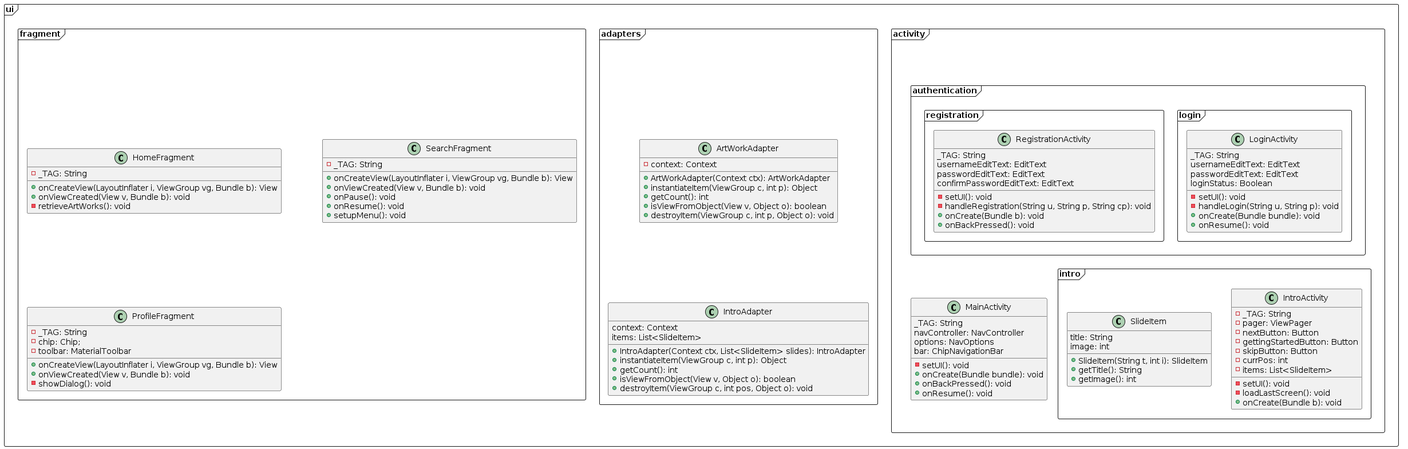
This is documentation/doc/content/img/ui.png from luftmensch-luftmensch/InfoPoint, a PlantUML export, as it was before one commit. Source of this version:
```plantuml
@startuml ui
skinparam defaultTextAlignment center
frame ui {
  frame activity {
	   class MainActivity extends AppCompatActivity {
		  _TAG: String
		  navController: NavController
		  options: NavOptions
		  bar: ChipNavigationBar
		  - setUI(): void
		  + onCreate(Bundle bundle): void
		  + onBackPressed(): void
		  + onResume(): void
	   }

	   frame authentication {
		   frame login {
		       class LoginActivity extends AppCompatActivity {
			      _TAG: String
			      usernameEditText: EditText
			      passwordEditText: EditText
			      loginStatus: Boolean

			      - setUI(): void
			      - handleLogin(String u, String p): void
			      + onCreate(Bundle bundle): void
			      + onResume(): void
		       }
		   }

		   frame registration {
		       class RegistrationActivity extends AppCompatActivity {
			      _TAG: String
			      usernameEditText: EditText
			      passwordEditText: EditText
			      confirmPasswordEditText: EditText

			      - setUI(): void
			      - handleRegistration(String u, String p, String cp): void
			      + onCreate(Bundle b): void
			      + onBackPressed(): void
		       }
		   }
	   }

	   frame intro {
		   class SlideItem {
			  title: String
			  image: int

			  + SlideItem(String t, int i): SlideItem
			  + getTitle(): String
			  + getImage(): int

		   }

		   class IntroActivity extends AppCompatActivity {
			  - _TAG: String
			  - pager: ViewPager
			  - nextButton: Button
			  - gettingStartedButton: Button
			  - skipButton: Button
			  - currPos: int
			  - items: List<SlideItem>

			  - setUI(): void
			  - loadLastScreen(): void
			  + onCreate(Bundle b): void
		   }
	   }

	   RegistrationActivity -d[hidden]-> MainActivity
	   MainActivity -u[hidden]-> RegistrationActivity

	   MainActivity -r[hidden]-> IntroActivity
	   IntroActivity -l[hidden]-> MainActivity
  }

  frame adapters {
	   class IntroAdapter extends PagerAdapter {
		  context: Context
		  items: List<SlideItem>
		  + IntroAdapter(Context ctx, List<SlideItem> slides): IntroAdapter
		  + instantiateItem(ViewGroup c, int p): Object
		  + getCount(): int
		  + isViewFromObject(View v, Object o): boolean
		  + destroyItem(ViewGroup c, int pos, Object o): void
	   }

	   class ArtWorkAdapter extends PagerAdapter {
		  - context: Context
		  + ArtWorkAdapter(Context ctx): ArtWorkAdapter
		  + instantiateItem(ViewGroup c, int p): Object
		  + getCount(): int
		  + isViewFromObject(View v, Object o): boolean
		  + destroyItem(ViewGroup c, int p, Object o): void
	   }

	   ArtWorkAdapter -d[hidden]-> IntroAdapter
	   IntroAdapter -u[hidden]-> ArtWorkAdapter
  }

  frame fragment {
	   class HomeFragment extends Fragment {
		  - _TAG: String
		  + onCreateView(LayoutInflater i, ViewGroup vg, Bundle b): View
		  + onViewCreated(View v, Bundle b): void
		  - retrieveArtWorks(): void
	   }

	   class ProfileFragment extends Fragment {
		  - _TAG: String
		  - chip: Chip;
		  - toolbar: MaterialToolbar

		  + onCreateView(LayoutInflater i, ViewGroup vg, Bundle b): View
		  + onViewCreated(View v, Bundle b): void
		  - showDialog(): void
	   }

	   class SearchFragment extends Fragment {
		  - _TAG: String
		  + onCreateView(LayoutInflater i, ViewGroup vg, Bundle b): View
		  + onViewCreated(View v, Bundle b): void
		  + onPause(): void
		  + onResume(): void
		  + setupMenu(): void
	   }

	   HomeFragment -d[hidden]-> ProfileFragment
	   ProfileFragment -u[hidden]-> HomeFragment
  }
}

hide AppCompatActivity
hide PagerAdapter
hide Fragment
@enduml
```
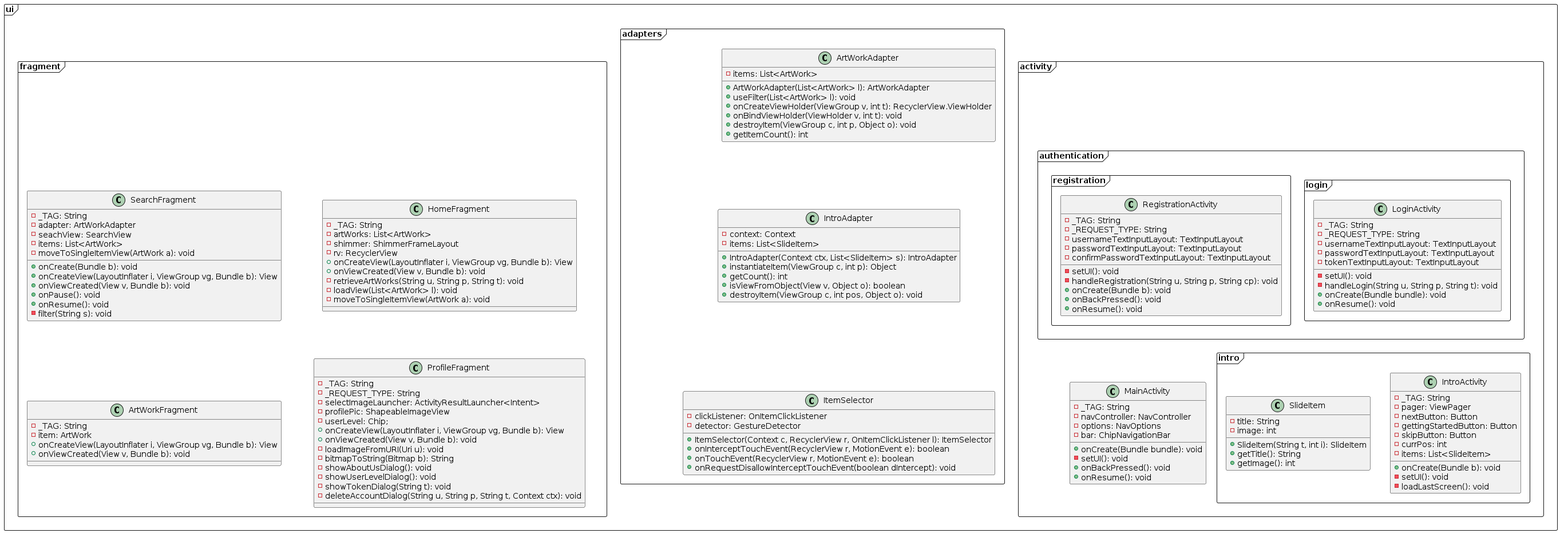
The same diagram one commit later.

Change to the diagram source:
```diff
@@ -3,69 +3,70 @@
 frame ui {
   frame activity {
 	   class MainActivity extends AppCompatActivity {
-		  _TAG: String
-		  navController: NavController
-		  options: NavOptions
-		  bar: ChipNavigationBar
-		  - setUI(): void
-		  + onCreate(Bundle bundle): void
-		  + onBackPressed(): void
-		  + onResume(): void
+		  - {field} _TAG: String
+		  - {field} navController: NavController
+		  - {field} options: NavOptions
+		  - {field} bar: ChipNavigationBar
+		  + {method} onCreate(Bundle bundle): void
+		  - {method} setUI(): void
+		  + {method} onBackPressed(): void
+		  + {method} onResume(): void
 	   }
 
 	   frame authentication {
 		   frame login {
 		       class LoginActivity extends AppCompatActivity {
-			      _TAG: String
-			      usernameEditText: EditText
-			      passwordEditText: EditText
-			      loginStatus: Boolean
-
-			      - setUI(): void
-			      - handleLogin(String u, String p): void
-			      + onCreate(Bundle bundle): void
-			      + onResume(): void
+			      - {field} _TAG: String
+			      - {field} _REQUEST_TYPE: String
+			      - {field} usernameTextInputLayout: TextInputLayout
+			      - {field} passwordTextInputLayout: TextInputLayout
+			      - {field} tokenTextInputLayout: TextInputLayout
+			      - {method} setUI(): void
+			      - {method} handleLogin(String u, String p, String t): void
+			      + {method} onCreate(Bundle bundle): void
+			      + {method} onResume(): void
 		       }
 		   }
 
 		   frame registration {
 		       class RegistrationActivity extends AppCompatActivity {
-			      _TAG: String
-			      usernameEditText: EditText
-			      passwordEditText: EditText
-			      confirmPasswordEditText: EditText
+			      - {field} _TAG: String
+			      - {field} _REQUEST_TYPE: String
+			      - {field} usernameTextInputLayout: TextInputLayout
+			      - {field} passwordTextInputLayout: TextInputLayout
+			      - {field} confirmPasswordTextInputLayout: TextInputLayout
 
-			      - setUI(): void
-			      - handleRegistration(String u, String p, String cp): void
-			      + onCreate(Bundle b): void
-			      + onBackPressed(): void
+			      - {method} setUI(): void
+			      - {method} handleRegistration(String u, String p, String cp): void
+			      + {method} onCreate(Bundle b): void
+			      + {method} onBackPressed(): void
+			      + {method} onResume(): void
 		       }
 		   }
 	   }
 
 	   frame intro {
 		   class SlideItem {
-			  title: String
-			  image: int
+			  - {field} title: String
+			  - {field} image: int
 
-			  + SlideItem(String t, int i): SlideItem
-			  + getTitle(): String
-			  + getImage(): int
-
+			  + {method} SlideItem(String t, int i): SlideItem
+			  + {method} getTitle(): String
+			  + {method} getImage(): int
 		   }
 
 		   class IntroActivity extends AppCompatActivity {
-			  - _TAG: String
-			  - pager: ViewPager
-			  - nextButton: Button
-			  - gettingStartedButton: Button
-			  - skipButton: Button
-			  - currPos: int
-			  - items: List<SlideItem>
+			  - {field} _TAG: String
+			  - {field} pager: ViewPager
+			  - {field} nextButton: Button
+			  - {field} gettingStartedButton: Button
+			  - {field} skipButton: Button
+			  - {field} currPos: int
+			  - {field} items: List<SlideItem>
 
-			  - setUI(): void
-			  - loadLastScreen(): void
-			  + onCreate(Bundle b): void
+			  + {method} onCreate(Bundle b): void
+			  - {method} setUI(): void
+			  - {method} loadLastScreen(): void
 		   }
 	   }
 
@@ -78,57 +79,97 @@
 
   frame adapters {
 	   class IntroAdapter extends PagerAdapter {
-		  context: Context
-		  items: List<SlideItem>
-		  + IntroAdapter(Context ctx, List<SlideItem> slides): IntroAdapter
-		  + instantiateItem(ViewGroup c, int p): Object
-		  + getCount(): int
-		  + isViewFromObject(View v, Object o): boolean
-		  + destroyItem(ViewGroup c, int pos, Object o): void
+		  - {field} context: Context
+		  - {field} items: List<SlideItem>
+		  + {method} IntroAdapter(Context ctx, List<SlideItem> s): IntroAdapter
+		  + {method} instantiateItem(ViewGroup c, int p): Object
+		  + {method} getCount(): int
+		  + {method} isViewFromObject(View v, Object o): boolean
+		  + {method} destroyItem(ViewGroup c, int pos, Object o): void
 	   }
 
-	   class ArtWorkAdapter extends PagerAdapter {
-		  - context: Context
-		  + ArtWorkAdapter(Context ctx): ArtWorkAdapter
-		  + instantiateItem(ViewGroup c, int p): Object
-		  + getCount(): int
-		  + isViewFromObject(View v, Object o): boolean
-		  + destroyItem(ViewGroup c, int p, Object o): void
+	   class ArtWorkAdapter {
+		  - {field} items: List<ArtWork>
+		  + {method} ArtWorkAdapter(List<ArtWork> l): ArtWorkAdapter
+		  + {method} useFilter(List<ArtWork> l): void
+		  + {method} onCreateViewHolder(ViewGroup v, int t): RecyclerView.ViewHolder
+		  + {method} onBindViewHolder(ViewHolder v, int t): void
+		  + {method} destroyItem(ViewGroup c, int p, Object o): void
+		  + {method} getItemCount(): int
+	   }
+
+	   class ItemSelector {
+		  - {field} clickListener: OnItemClickListener
+		  - {field} detector: GestureDetector
+		  + {method} ItemSelector(Context c, RecyclerView r, OnItemClickListener l): ItemSelector
+		  + {method} onInterceptTouchEvent(RecyclerView r, MotionEvent e): boolean
+		  + {method} onTouchEvent(RecyclerView r, MotionEvent e): boolean
+		  + {method} onRequestDisallowInterceptTouchEvent(boolean dIntercept): void
 	   }
 
 	   ArtWorkAdapter -d[hidden]-> IntroAdapter
 	   IntroAdapter -u[hidden]-> ArtWorkAdapter
+	   ItemSelector -u[hidden]-> IntroAdapter
+	   IntroAdapter -d[hidden]-> ItemSelector
+
   }
 
   frame fragment {
+
+	   class ArtWorkFragment extends Fragment {
+		  - {field} _TAG: String
+		  - {field} item: ArtWork
+		  + {field} onCreateView(LayoutInflater i, ViewGroup vg, Bundle b): View
+		  + {field} onViewCreated(View v, Bundle b): void
+	   }
+
 	   class HomeFragment extends Fragment {
-		  - _TAG: String
-		  + onCreateView(LayoutInflater i, ViewGroup vg, Bundle b): View
-		  + onViewCreated(View v, Bundle b): void
-		  - retrieveArtWorks(): void
+		  - {field} _TAG: String
+		  - {field} artWorks: List<ArtWork>
+		  - {field} shimmer: ShimmerFrameLayout
+		  - {field} rv: RecyclerView
+		  + {field} onCreateView(LayoutInflater i, ViewGroup vg, Bundle b): View
+		  + {field} onViewCreated(View v, Bundle b): void
+		  - {field} retrieveArtWorks(String u, String p, String t): void
+		  - {field} loadView(List<ArtWork> l): void
+		  - {field} moveToSingleItemView(ArtWork a): void
 	   }
 
 	   class ProfileFragment extends Fragment {
-		  - _TAG: String
-		  - chip: Chip;
-		  - toolbar: MaterialToolbar
-
-		  + onCreateView(LayoutInflater i, ViewGroup vg, Bundle b): View
-		  + onViewCreated(View v, Bundle b): void
-		  - showDialog(): void
+		  - {field} _TAG: String
+		  - {field} _REQUEST_TYPE: String
+		  - {field} selectImageLauncher: ActivityResultLauncher<Intent>
+		  - {field} profilePic: ShapeableImageView
+		  - {field} userLevel: Chip;
+		  + {field} onCreateView(LayoutInflater i, ViewGroup vg, Bundle b): View
+		  + {field} onViewCreated(View v, Bundle b): void
+		  - {field} loadImageFromURI(Uri u): void
+		  - {field} bitmapToString(Bitmap b): String
+		  - {field} showAboutUsDialog(): void
+		  - {field} showUserLevelDialog(): void
+		  - {field} showTokenDialog(String t): void
+		  - {field} deleteAccountDialog(String u, String p, String t, Context ctx): void
 	   }
 
 	   class SearchFragment extends Fragment {
-		  - _TAG: String
-		  + onCreateView(LayoutInflater i, ViewGroup vg, Bundle b): View
-		  + onViewCreated(View v, Bundle b): void
-		  + onPause(): void
-		  + onResume(): void
-		  + setupMenu(): void
+		  - {field} _TAG: String
+		  - {field} adapter: ArtWorkAdapter
+		  - {field} seachView: SearchView
+		  - {field} items: List<ArtWork>
+		  + {method} onCreate(Bundle b): void
+		  + {method} onCreateView(LayoutInflater i, ViewGroup vg, Bundle b): View
+		  + {method} onViewCreated(View v, Bundle b): void
+		  + {method} onPause(): void
+		  + {method} onResume(): void
+		  - {method} filter(String s): void
+		  - {field} moveToSingleItemView(ArtWork a): void
 	   }
 
 	   HomeFragment -d[hidden]-> ProfileFragment
 	   ProfileFragment -u[hidden]-> HomeFragment
+
+	   SearchFragment -d[hidden]-> ArtWorkFragment
+	   ArtWorkFragment -u[hidden]-> SearchFragment
   }
 }
 
```
